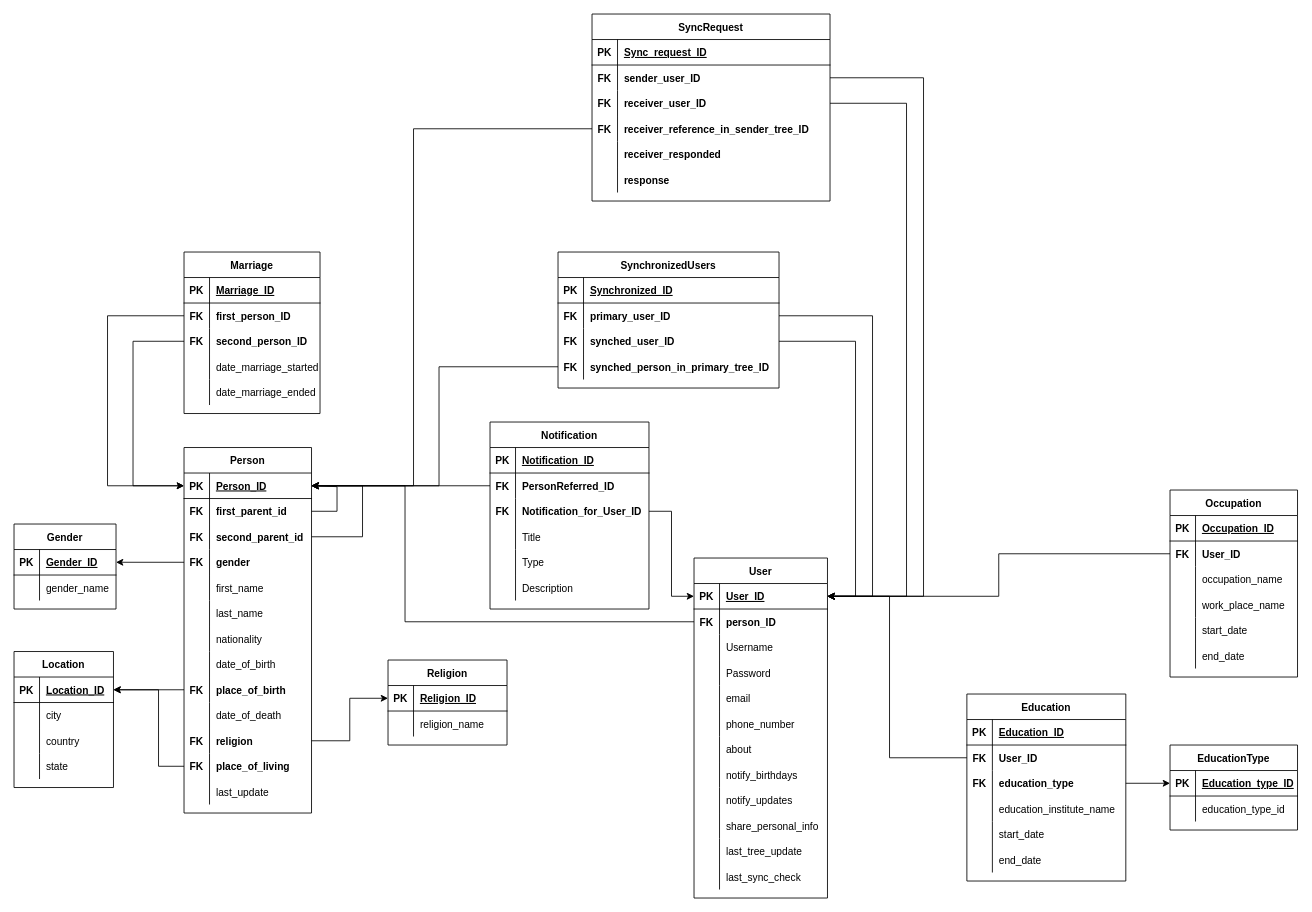
This is genealoryTree.drawio from bogdandr14/Genealogy-Tree, a draw.io file, before an edit. Source tidied: cells renumbered, new cells numbered last; positions are measured from the earlier drawing's top-left corner, leaving out a move shared by most shapes. Both pictures are drawn from the tidied source at 85%, with x=0, y=0 at pixel (14, 14).
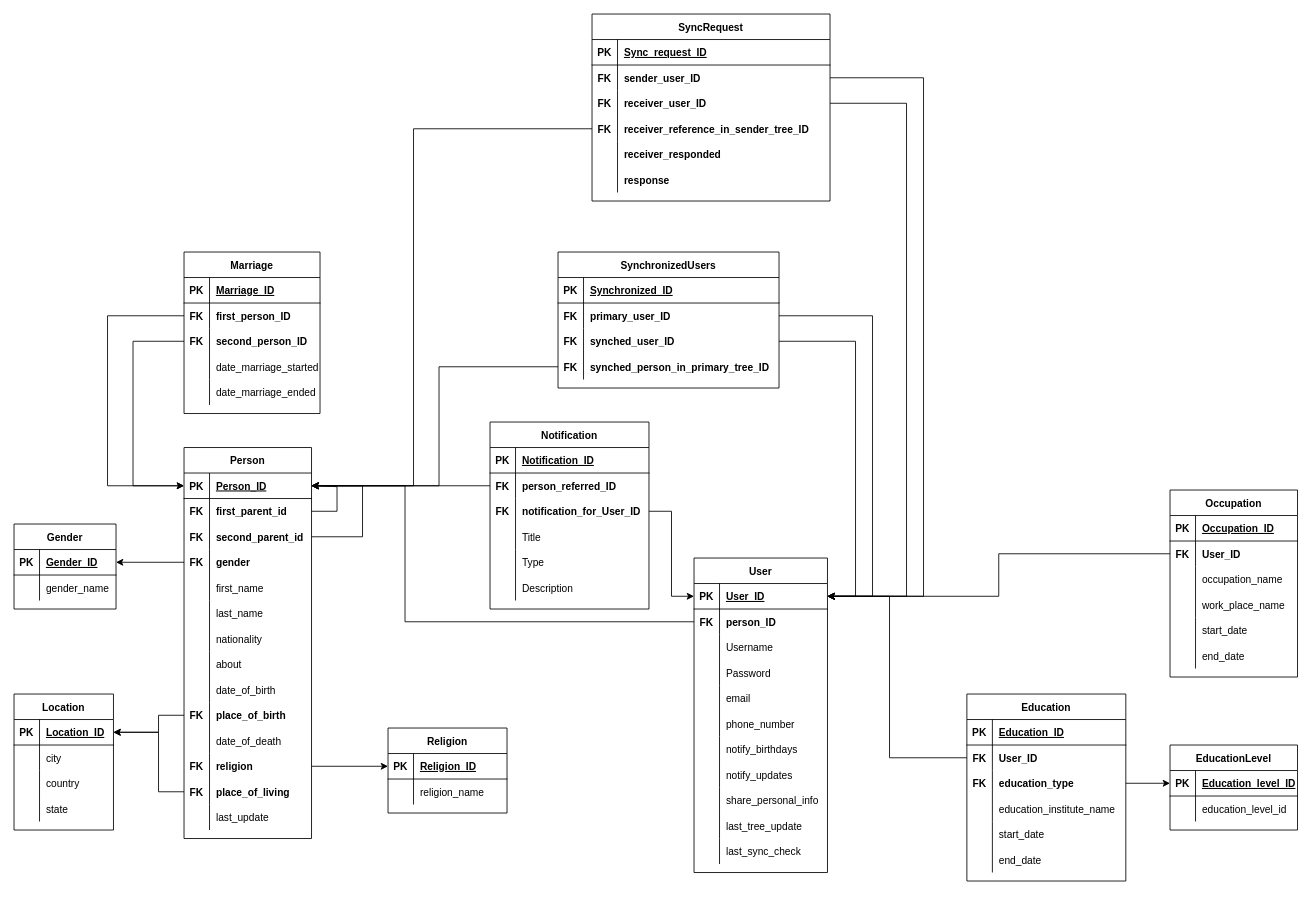
After the change.

The change refers to these unchanged cells:
```xml
<mxCell id="122" style="shape=partialRectangle;fillColor=none;top=0;left=0;bottom=1;right=0;points=[[0,0.5],[1,0.5]];portConstraint=eastwest;" parent="121" vertex="1">
  <mxGeometry y="30" width="117" height="30" as="geometry" />
</mxCell>
<mxCell id="187" style="shape=partialRectangle;fillColor=none;top=0;left=0;bottom=1;right=0;points=[[0,0.5],[1,0.5]];portConstraint=eastwest;" parent="186" vertex="1">
  <mxGeometry y="30" width="150" height="30" as="geometry" />
</mxCell>
<mxCell id="190" style="shape=partialRectangle;fillColor=none;top=0;left=0;bottom=0;right=0;" parent="186" vertex="1">
  <mxGeometry y="60" width="150" height="30" as="geometry" />
</mxCell>
<mxCell id="221" style="shape=partialRectangle;fillColor=none;top=0;left=0;bottom=0;right=0;points=[[0,0.5],[1,0.5]];portConstraint=eastwest;" parent="217" vertex="1">
  <mxGeometry y="60" width="187" height="30" as="geometry" />
</mxCell>
<mxCell id="224" style="shape=partialRectangle;fillColor=none;top=0;left=0;bottom=0;right=0;points=[[0,0.5],[1,0.5]];portConstraint=eastwest;fontStyle=1;" parent="217" vertex="1">
  <mxGeometry y="90" width="187" height="30" as="geometry" />
</mxCell>
```

The edit, as a diff of the source:
```diff
@@
     <mxCell id="2" value="Person" style="shape=table;startSize=30;childLayout=tableLayout;rowLines=0;fontStyle=1;align=center;" parent="1" vertex="1">
-      <mxGeometry x="200" y="510" width="150" height="430" as="geometry" />
+      <mxGeometry x="200" y="510" width="150" height="460" as="geometry" />
     </mxCell>
@@
+    <mxCell id="94" style="shape=partialRectangle;fillColor=none;top=0;left=0;bottom=0;right=0;" parent="2" vertex="1">
+      <mxGeometry y="240" width="150" height="30" as="geometry" />
+    </mxCell>
+    <mxCell id="95" style="shape=partialRectangle;fillColor=none;top=0;left=0;bottom=0;right=0;overflow=hidden;" parent="94" vertex="1">
+      <mxGeometry width="30" height="30" as="geometry" />
+    </mxCell>
+    <mxCell id="96" value="about" style="shape=partialRectangle;fillColor=none;top=0;left=0;bottom=0;right=0;align=left;spacingLeft=6;overflow=hidden;" parent="94" vertex="1">
+      <mxGeometry x="30" width="120" height="30" as="geometry" />
+    </mxCell>
     <mxCell id="25" style="shape=partialRectangle;fillColor=none;top=0;left=0;bottom=0;right=0;" parent="2" vertex="1">
-      <mxGeometry y="240" width="150" height="30" as="geometry" />
+      <mxGeometry y="270" width="150" height="30" as="geometry" />
     </mxCell>
@@
     <mxCell id="28" style="shape=partialRectangle;fillColor=none;top=0;left=0;bottom=0;right=0;points=[[0,0.5],[1,0.5]];portConstraint=eastwest;" parent="2" vertex="1">
-      <mxGeometry y="270" width="150" height="30" as="geometry" />
+      <mxGeometry y="300" width="150" height="30" as="geometry" />
     </mxCell>
@@
     <mxCell id="31" style="shape=partialRectangle;fillColor=none;top=0;left=0;bottom=0;right=0;" parent="2" vertex="1">
-      <mxGeometry y="300" width="150" height="30" as="geometry" />
+      <mxGeometry y="330" width="150" height="30" as="geometry" />
     </mxCell>
@@
     <mxCell id="34" style="shape=partialRectangle;fillColor=none;top=0;left=0;bottom=0;right=0;points=[[0,0.5],[1,0.5]];portConstraint=eastwest;" parent="2" vertex="1">
-      <mxGeometry y="330" width="150" height="30" as="geometry" />
+      <mxGeometry y="360" width="150" height="30" as="geometry" />
     </mxCell>
@@
     <mxCell id="37" style="shape=partialRectangle;fillColor=none;top=0;left=0;bottom=0;right=0;points=[[0,0.5],[1,0.5]];portConstraint=eastwest;" parent="2" vertex="1">
-      <mxGeometry y="360" width="150" height="30" as="geometry" />
+      <mxGeometry y="390" width="150" height="30" as="geometry" />
     </mxCell>
@@
     <mxCell id="40" style="shape=partialRectangle;fillColor=none;top=0;left=0;bottom=0;right=0;" parent="2" vertex="1">
-      <mxGeometry y="390" width="150" height="30" as="geometry" />
+      <mxGeometry y="420" width="150" height="30" as="geometry" />
     </mxCell>
@@
     <mxCell id="75" value="User" style="shape=table;startSize=30;childLayout=tableLayout;rowLines=0;fontStyle=1;align=center;" parent="1" vertex="1">
-      <mxGeometry x="800" y="640" width="157" height="400" as="geometry" />
+      <mxGeometry x="800" y="640" width="157" height="370" as="geometry" />
     </mxCell>
@@
-    <mxCell id="94" style="shape=partialRectangle;fillColor=none;top=0;left=0;bottom=0;right=0;" parent="75" vertex="1">
-      <mxGeometry y="210" width="157" height="30" as="geometry" />
-    </mxCell>
-    <mxCell id="95" style="shape=partialRectangle;fillColor=none;top=0;left=0;bottom=0;right=0;overflow=hidden;" parent="94" vertex="1">
-      <mxGeometry width="30" height="30" as="geometry" />
-    </mxCell>
-    <mxCell id="96" value="about" style="shape=partialRectangle;fillColor=none;top=0;left=0;bottom=0;right=0;align=left;spacingLeft=6;overflow=hidden;" parent="94" vertex="1">
-      <mxGeometry x="30" width="127" height="30" as="geometry" />
-    </mxCell>
     <mxCell id="97" style="shape=partialRectangle;fillColor=none;top=0;left=0;bottom=0;right=0;" parent="75" vertex="1">
-      <mxGeometry y="240" width="157" height="30" as="geometry" />
+      <mxGeometry y="210" width="157" height="30" as="geometry" />
     </mxCell>
@@
     <mxCell id="100" style="shape=partialRectangle;fillColor=none;top=0;left=0;bottom=0;right=0;" parent="75" vertex="1">
-      <mxGeometry y="270" width="157" height="30" as="geometry" />
+      <mxGeometry y="240" width="157" height="30" as="geometry" />
     </mxCell>
@@
     <mxCell id="103" style="shape=partialRectangle;fillColor=none;top=0;left=0;bottom=0;right=0;fontStyle=1;" parent="75" vertex="1">
-      <mxGeometry y="300" width="157" height="30" as="geometry" />
+      <mxGeometry y="270" width="157" height="30" as="geometry" />
     </mxCell>
@@
     <mxCell id="106" style="shape=partialRectangle;fillColor=none;top=0;left=0;bottom=0;right=0;" parent="75" vertex="1">
-      <mxGeometry y="330" width="157" height="30" as="geometry" />
+      <mxGeometry y="300" width="157" height="30" as="geometry" />
     </mxCell>
@@
     <mxCell id="109" style="shape=partialRectangle;fillColor=none;top=0;left=0;bottom=0;right=0;" parent="75" vertex="1">
-      <mxGeometry y="360" width="157" height="30" as="geometry" />
+      <mxGeometry y="330" width="157" height="30" as="geometry" />
     </mxCell>
@@
     <mxCell id="121" value="Location" style="shape=table;startSize=30;childLayout=tableLayout;rowLines=0;fontStyle=1;align=center;" parent="1" vertex="1">
-      <mxGeometry y="750" width="117" height="160" as="geometry" />
+      <mxGeometry y="800" width="117" height="160" as="geometry" />
     </mxCell>
@@
     <mxCell id="134" style="edgeStyle=orthogonalEdgeStyle;rounded=0;jettySize=auto;html=1;exitX=0;exitY=0.5;exitDx=0;exitDy=0;" parent="1" edge="1" source="37" target="122">
       <mxGeometry relative="1" as="geometry">
         <Array as="points">
-          <mxPoint x="170" y="885" />
-          <mxPoint x="170" y="795" />
+          <mxPoint x="170" y="915" />
+          <mxPoint x="170" y="845" />
         </Array>
       </mxGeometry>
     </mxCell>
@@
     <mxCell id="138" style="edgeStyle=orthogonalEdgeStyle;rounded=0;jettySize=auto;html=1;exitX=0;exitY=0.5;exitDx=0;exitDy=0;" parent="1" edge="1" source="28" target="122">
       <mxGeometry relative="1" as="geometry">
         <Array as="points">
-          <mxPoint x="140" y="795" />
-          <mxPoint x="140" y="795" />
+          <mxPoint x="170" y="825" />
+          <mxPoint x="170" y="845" />
         </Array>
       </mxGeometry>
     </mxCell>
@@
     <mxCell id="159" value="Religion" style="shape=table;startSize=30;childLayout=tableLayout;rowLines=0;fontStyle=1;align=center;" parent="1" vertex="1">
-      <mxGeometry x="440" y="760" width="140" height="100" as="geometry" />
+      <mxGeometry x="440" y="840" width="140" height="100" as="geometry" />
     </mxCell>
@@
-    <mxCell id="186" value="EducationType" style="shape=table;startSize=30;childLayout=tableLayout;rowLines=0;fontStyle=1;align=center;" parent="1" vertex="1">
+    <mxCell id="186" value="EducationLevel" style="shape=table;startSize=30;childLayout=tableLayout;rowLines=0;fontStyle=1;align=center;" parent="1" vertex="1">
       <mxGeometry x="1360" y="860" width="150" height="100" as="geometry" />
     </mxCell>
@@
-    <mxCell id="189" value="Education_type_ID" style="shape=partialRectangle;fillColor=none;top=0;left=0;bottom=0;right=0;align=left;spacingLeft=6;fontStyle=5;overflow=hidden;" parent="187" vertex="1">
+    <mxCell id="189" value="Education_level_ID" style="shape=partialRectangle;fillColor=none;top=0;left=0;bottom=0;right=0;align=left;spacingLeft=6;fontStyle=5;overflow=hidden;" parent="187" vertex="1">
       <mxGeometry x="30" width="120" height="30" as="geometry" />
     </mxCell>
@@
-    <mxCell id="192" value="education_type_id" style="shape=partialRectangle;fillColor=none;top=0;left=0;bottom=0;right=0;align=left;spacingLeft=6;overflow=hidden;" parent="190" vertex="1">
+    <mxCell id="192" value="education_level_id" style="shape=partialRectangle;fillColor=none;top=0;left=0;bottom=0;right=0;align=left;spacingLeft=6;overflow=hidden;" parent="190" vertex="1">
       <mxGeometry x="30" width="120" height="30" as="geometry" />
     </mxCell>
@@
-    <mxCell id="223" value="PersonReferred_ID" style="shape=partialRectangle;fillColor=none;top=0;left=0;bottom=0;right=0;align=left;spacingLeft=6;overflow=hidden;fontStyle=1;" parent="221" vertex="1">
+    <mxCell id="223" value="person_referred_ID" style="shape=partialRectangle;fillColor=none;top=0;left=0;bottom=0;right=0;align=left;spacingLeft=6;overflow=hidden;fontStyle=1;" parent="221" vertex="1">
       <mxGeometry x="30" width="157" height="30" as="geometry" />
     </mxCell>
@@
-    <mxCell id="226" value="Notification_for_User_ID" style="shape=partialRectangle;fillColor=none;top=0;left=0;bottom=0;right=0;align=left;spacingLeft=6;overflow=hidden;fontStyle=1;" parent="224" vertex="1">
+    <mxCell id="226" value="notification_for_User_ID" style="shape=partialRectangle;fillColor=none;top=0;left=0;bottom=0;right=0;align=left;spacingLeft=6;overflow=hidden;fontStyle=1;" parent="224" vertex="1">
       <mxGeometry x="30" width="157" height="30" as="geometry" />
     </mxCell>
```
